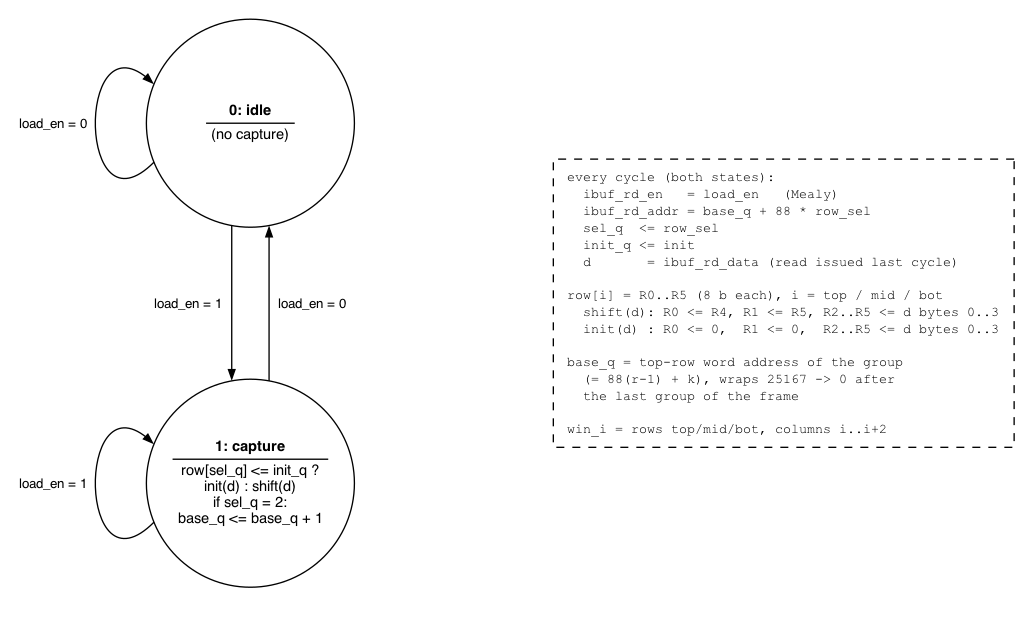
Before: report/figures/loader_fsm.png, a diagram exported from Graphviz (denizlg24/02203_assignement_2). Its source is kept beside it as report/figures/loader_fsm.dot. Its diagram source:
```dot
digraph loader_fsm {
    graph [bgcolor="white", splines=true, outputorder=nodesfirst, pad=0.2];
    node [shape=circle, fixedsize=true, width=2.167, fontname="Helvetica", fontsize=11];
    edge [fontname="Helvetica", fontsize=10, arrowsize=0.7];

    s0 [label=<<TABLE BORDER="0" CELLBORDER="0" CELLSPACING="2"><TR><TD><B>0: idle</B></TD></TR><HR/><TR><TD>(no capture)</TD></TR></TABLE>>, pos="0.0,388.0"];
    s1 [label=<<TABLE BORDER="0" CELLBORDER="0" CELLSPACING="2"><TR><TD><B>1: capture</B></TD></TR><HR/><TR><TD>row[sel_q] &lt;= init_q ?<BR/>init(d) : shift(d)<BR/>if sel_q = 2:<BR/>base_q &lt;= base_q + 1</TD></TR></TABLE>>, pos="0.0,118.0"];
    note0 [shape=box, fixedsize=false, style=dashed, fontsize=10, fontname="Courier", margin="0.15,0.1", label="every cycle (both states):\l  ibuf_rd_en   = load_en   (Mealy)\l  ibuf_rd_addr = base_q + 88 * row_sel\l  sel_q  <= row_sel\l  init_q <= init\l  d       = ibuf_rd_data (read issued last cycle)\l\lrow[i] = R0..R5 (8 b each), i = top / mid / bot\l  shift(d): R0 <= R4, R1 <= R5, R2..R5 <= d bytes 0..3\l  init(d) : R0 <= 0,  R1 <= 0,  R2..R5 <= d bytes 0..3\l\lbase_q = top-row word address of the group\l  (= 88(r-1) + k), wraps 25167 -> 0 after\l  the last group of the frame\l\lwin_i = rows top/mid/bot, columns i..i+2\l", pos="400.0,253.0"];

    s0 -> s0 [pos="e,-72.3,417.2 -72.3,358.8 -129.2,301.5 -130.9,465.6 -77.6,422.1", label="load_en = 0", lp="-147.9,388.0"];
    s0 -> s1 [pos="e,-14.0,194.7 -14.0,311.3 -14.0,311.3 -14.0,201.7 -14.0,201.7", label="load_en = 1", lp="-46.6,253.0"];
    s1 -> s0 [pos="e,14.0,311.3 14.0,194.7 14.0,194.7 14.0,304.3 14.0,304.3", label="load_en = 0", lp="46.6,253.0"];
    s1 -> s1 [pos="e,-72.3,147.2 -72.3,88.8 -129.2,31.5 -130.9,195.6 -77.6,152.1", label="load_en = 1", lp="-147.9,118.0"];
}
```
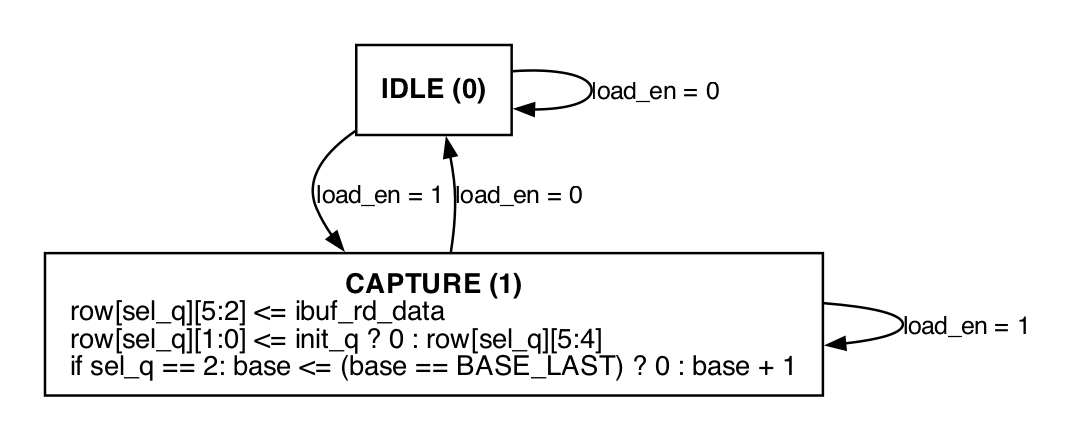
Above is the later version.

The edit, as a diff of the source:
```diff
@@ -1,14 +1,11 @@
 digraph loader_fsm {
-    graph [bgcolor="white", splines=true, outputorder=nodesfirst, pad=0.2];
-    node [shape=circle, fixedsize=true, width=2.167, fontname="Helvetica", fontsize=11];
+    graph [bgcolor="white", rankdir=TB, pad=0.25, nodesep=0.45, ranksep=0.5];
+    node [fontname="Helvetica", fontsize=11, margin="0.14,0.09"];
     edge [fontname="Helvetica", fontsize=10, arrowsize=0.7];
-
-    s0 [label=<<TABLE BORDER="0" CELLBORDER="0" CELLSPACING="2"><TR><TD><B>0: idle</B></TD></TR><HR/><TR><TD>(no capture)</TD></TR></TABLE>>, pos="0.0,388.0"];
-    s1 [label=<<TABLE BORDER="0" CELLBORDER="0" CELLSPACING="2"><TR><TD><B>1: capture</B></TD></TR><HR/><TR><TD>row[sel_q] &lt;= init_q ?<BR/>init(d) : shift(d)<BR/>if sel_q = 2:<BR/>base_q &lt;= base_q + 1</TD></TR></TABLE>>, pos="0.0,118.0"];
-    note0 [shape=box, fixedsize=false, style=dashed, fontsize=10, fontname="Courier", margin="0.15,0.1", label="every cycle (both states):\l  ibuf_rd_en   = load_en   (Mealy)\l  ibuf_rd_addr = base_q + 88 * row_sel\l  sel_q  <= row_sel\l  init_q <= init\l  d       = ibuf_rd_data (read issued last cycle)\l\lrow[i] = R0..R5 (8 b each), i = top / mid / bot\l  shift(d): R0 <= R4, R1 <= R5, R2..R5 <= d bytes 0..3\l  init(d) : R0 <= 0,  R1 <= 0,  R2..R5 <= d bytes 0..3\l\lbase_q = top-row word address of the group\l  (= 88(r-1) + k), wraps 25167 -> 0 after\l  the last group of the frame\l\lwin_i = rows top/mid/bot, columns i..i+2\l", pos="400.0,253.0"];
-
-    s0 -> s0 [pos="e,-72.3,417.2 -72.3,358.8 -129.2,301.5 -130.9,465.6 -77.6,422.1", label="load_en = 0", lp="-147.9,388.0"];
-    s0 -> s1 [pos="e,-14.0,194.7 -14.0,311.3 -14.0,311.3 -14.0,201.7 -14.0,201.7", label="load_en = 1", lp="-46.6,253.0"];
-    s1 -> s0 [pos="e,14.0,311.3 14.0,194.7 14.0,194.7 14.0,304.3 14.0,304.3", label="load_en = 0", lp="46.6,253.0"];
-    s1 -> s1 [pos="e,-72.3,147.2 -72.3,88.8 -129.2,31.5 -130.9,195.6 -77.6,152.1", label="load_en = 1", lp="-147.9,118.0"];
+    idle [shape=box, label=<<B>IDLE (0)</B>>];
+    cap [shape=box, label=<<B>CAPTURE (1)</B><BR/>row[sel_q][5:2] &lt;= ibuf_rd_data<BR ALIGN="LEFT"/>row[sel_q][1:0] &lt;= init_q ? 0 : row[sel_q][5:4]<BR ALIGN="LEFT"/>if sel_q == 2: base &lt;= (base == BASE_LAST) ? 0 : base + 1<BR ALIGN="LEFT"/>>];
+    idle -> idle [label="load_en = 0"];
+    idle -> cap [label="load_en = 1"];
+    cap -> cap [label="load_en = 1"];
+    cap -> idle [label="load_en = 0"];
 }
```
